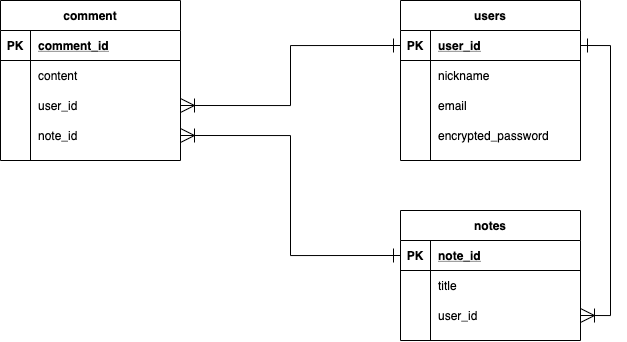
LIFE-enjoy/mynotes keeps this draw.io diagram as mynotes.png. Above is the earlier version. Source tidied: cells renumbered, new cells last; positions are measured from the earlier drawing's top-left corner, leaving out a move shared by most shapes.
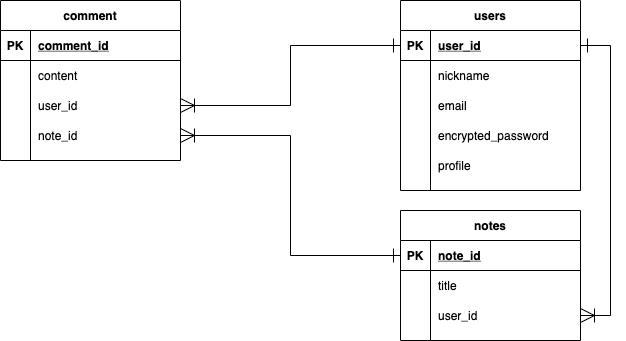
After the commit.

What changed in the source:
```diff
@@ -1,9 +1,9 @@
-<mxGraphModel background="#FFFFFF">
+<mxGraphModel background="#ffffff">
   <root>
     <mxCell id="0" />
     <mxCell id="1" parent="0" />
     <mxCell id="2" value="users" style="shape=table;startSize=30;rowLines=0;fontStyle=1;align=center;" parent="1" vertex="1">
-      <mxGeometry x="400" width="180" height="160" as="geometry" />
+      <mxGeometry x="400" width="180" height="190" as="geometry" />
     </mxCell>
     <mxCell id="3" style="shape=partialRectangle;fillColor=none;top=0;left=0;bottom=1;right=0;points=[[0,0.5],[1,0.5]];portConstraint=eastwest;" parent="2" vertex="1">
       <mxGeometry y="30" width="180" height="30" as="geometry" />
@@ -41,6 +41,15 @@
     <mxCell id="14" value="encrypted_password" style="shape=partialRectangle;fillColor=none;top=0;left=0;bottom=0;right=0;align=left;spacingLeft=6;overflow=hidden;" parent="12" vertex="1">
       <mxGeometry x="30" width="150" height="30" as="geometry" />
     </mxCell>
+    <mxCell id="41" style="shape=partialRectangle;fillColor=none;top=0;left=0;bottom=0;right=0;" parent="2" vertex="1">
+      <mxGeometry y="150" width="180" height="30" as="geometry" />
+    </mxCell>
+    <mxCell id="42" style="shape=partialRectangle;fillColor=none;top=0;left=0;bottom=0;right=0;overflow=hidden;" parent="41" vertex="1">
+      <mxGeometry width="30" height="30" as="geometry" />
+    </mxCell>
+    <mxCell id="43" value="profile" style="shape=partialRectangle;fillColor=none;top=0;left=0;bottom=0;right=0;align=left;spacingLeft=6;overflow=hidden;" parent="41" vertex="1">
+      <mxGeometry x="30" width="150" height="30" as="geometry" />
+    </mxCell>
     <mxCell id="15" value="notes" style="shape=table;startSize=30;rowLines=0;fontStyle=1;align=center;" parent="1" vertex="1">
       <mxGeometry x="400" y="210" width="180" height="130" as="geometry" />
     </mxCell>
```
